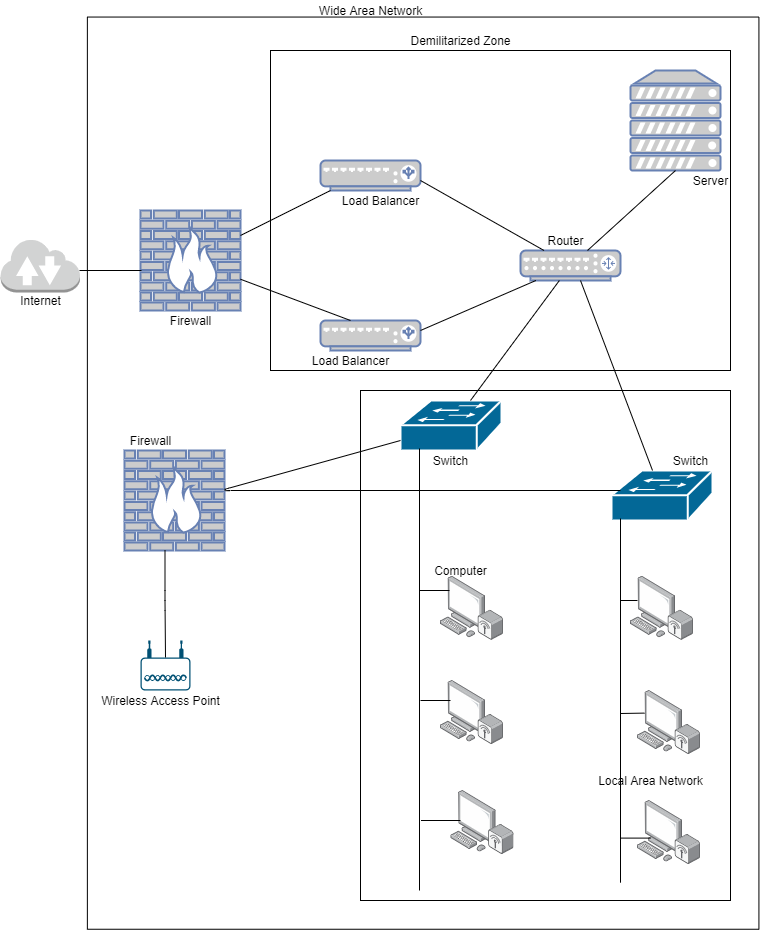
Above: diagrams/Network Diagram.png in senamegregh/CyberSecurity_Project (draw.io), before the change. Source tidied: cells renumbered, new cells last; positions are measured from the earlier drawing's top-left corner, leaving out a move shared by most shapes.
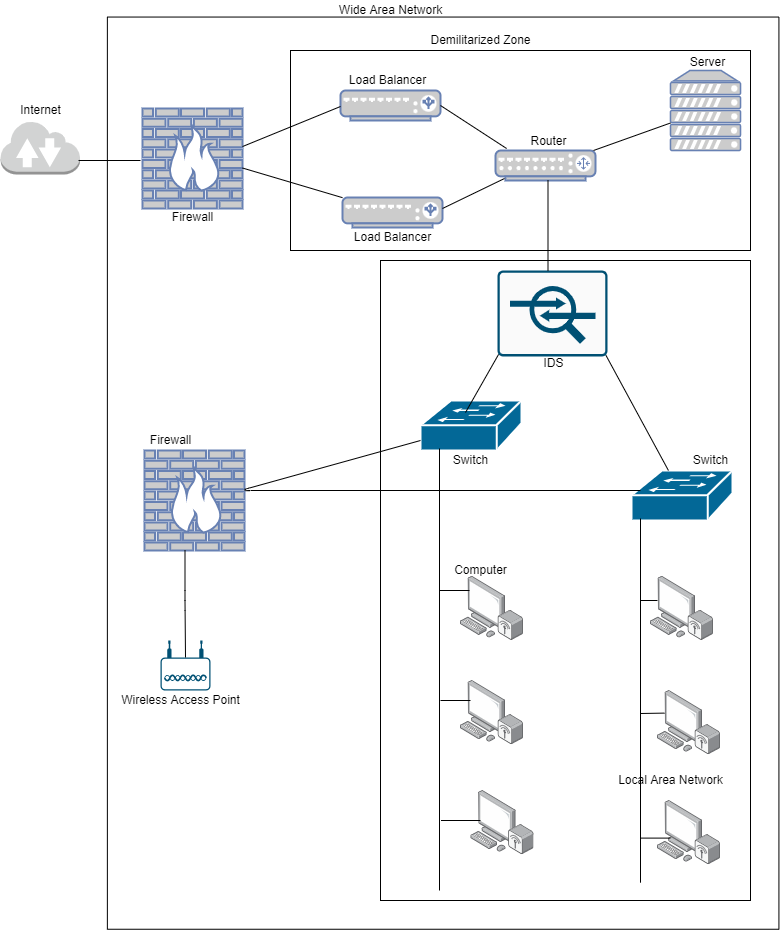
After the commit.

What changed in the source:
```diff
@@ -6,19 +6,19 @@
       <mxGeometry x="-0.5" y="136.9" width="912.2" height="671.5" as="geometry" />
     </mxCell>
     <mxCell id="3" style="rounded=0;whiteSpace=wrap;html=1;" parent="1" vertex="1">
-      <mxGeometry x="393" y="390" width="370" height="510" as="geometry" />
+      <mxGeometry x="393" y="260" width="370" height="640" as="geometry" />
     </mxCell>
     <mxCell id="4" style="rounded=0;whiteSpace=wrap;html=1;" parent="1" vertex="1">
-      <mxGeometry x="303" y="50" width="460" height="320" as="geometry" />
+      <mxGeometry x="303" y="50" width="460" height="200" as="geometry" />
     </mxCell>
     <mxCell id="5" style="dashed=0;verticalLabelPosition=bottom;verticalAlign=top;align=center;html=1;shape=mxgraph.aws3.internet_2;fillColor=#D2D3D3;gradientColor=none;" parent="1" vertex="1">
-      <mxGeometry x="33" y="238" width="79.5" height="54" as="geometry" />
+      <mxGeometry x="13" y="120" width="79.5" height="54" as="geometry" />
     </mxCell>
     <mxCell id="6" style="fontColor=#0066CC;verticalAlign=top;verticalLabelPosition=bottom;labelPosition=center;align=center;html=1;outlineConnect=0;fillColor=#CCCCCC;strokeColor=#6881B3;gradientColor=none;gradientDirection=north;strokeWidth=2;shape=mxgraph.networks.firewall;" parent="1" vertex="1">
-      <mxGeometry x="173" y="210" width="100" height="100" as="geometry" />
+      <mxGeometry x="155" y="108" width="100" height="100" as="geometry" />
     </mxCell>
     <mxCell id="7" style="fontColor=#0066CC;verticalAlign=top;verticalLabelPosition=bottom;labelPosition=center;align=center;html=1;outlineConnect=0;fillColor=#CCCCCC;strokeColor=#6881B3;gradientColor=none;gradientDirection=north;strokeWidth=2;shape=mxgraph.networks.server;" parent="1" vertex="1">
-      <mxGeometry x="663" y="70" width="90" height="100" as="geometry" />
+      <mxGeometry x="683" y="70" width="70" height="80" as="geometry" />
     </mxCell>
     <mxCell id="8" style="html=1;align=center;shadow=0;dashed=0;image;image=img/lib/allied_telesis/computer_and_terminals/Personal_Computer_Wireless.svg;" parent="1" vertex="1">
       <mxGeometry x="473" y="575.8" width="63" height="64.2" as="geometry" />
@@ -39,13 +39,13 @@
       <mxGeometry x="483.5" y="790" width="63" height="64.2" as="geometry" />
     </mxCell>
     <mxCell id="14" style="fontColor=#0066CC;verticalAlign=top;verticalLabelPosition=bottom;labelPosition=center;align=center;html=1;outlineConnect=0;fillColor=#CCCCCC;strokeColor=#6881B3;gradientColor=none;gradientDirection=north;strokeWidth=2;shape=mxgraph.networks.load_balancer;" parent="1" vertex="1">
-      <mxGeometry x="353" y="160" width="100" height="30" as="geometry" />
+      <mxGeometry x="353" y="90" width="100" height="30" as="geometry" />
     </mxCell>
     <mxCell id="15" style="fontColor=#0066CC;verticalAlign=top;verticalLabelPosition=bottom;labelPosition=center;align=center;html=1;outlineConnect=0;fillColor=#CCCCCC;strokeColor=#6881B3;gradientColor=none;gradientDirection=north;strokeWidth=2;shape=mxgraph.networks.load_balancer;" parent="1" vertex="1">
-      <mxGeometry x="353" y="320" width="100" height="30" as="geometry" />
+      <mxGeometry x="355" y="197" width="100" height="30" as="geometry" />
     </mxCell>
     <mxCell id="16" style="fontColor=#0066CC;verticalAlign=top;verticalLabelPosition=bottom;labelPosition=center;align=center;html=1;outlineConnect=0;fillColor=#CCCCCC;strokeColor=#6881B3;gradientColor=none;gradientDirection=north;strokeWidth=2;shape=mxgraph.networks.router;" parent="1" vertex="1">
-      <mxGeometry x="553" y="250" width="100" height="30" as="geometry" />
+      <mxGeometry x="508" y="150" width="100" height="30" as="geometry" />
     </mxCell>
     <mxCell id="17" style="shape=mxgraph.cisco.switches.workgroup_switch;html=1;dashed=0;fillColor=#036897;strokeColor=#ffffff;strokeWidth=2;verticalLabelPosition=bottom;verticalAlign=top;align=center;outlineConnect=0;" parent="1" vertex="1">
       <mxGeometry x="644" y="470" width="101" height="50" as="geometry" />
@@ -61,31 +61,35 @@
     </mxCell>
     <mxCell id="21" style="endArrow=none;html=1;" parent="1" edge="1">
       <mxGeometry relative="1" as="geometry">
-        <mxPoint x="112" y="270" as="sourcePoint" />
-        <mxPoint x="174" y="270" as="targetPoint" />
+        <mxPoint x="91" y="160" as="sourcePoint" />
+        <mxPoint x="153" y="160" as="targetPoint" />
       </mxGeometry>
     </mxCell>
-    <mxCell id="22" style="endArrow=none;html=1;entryX=0.1;entryY=1;entryDx=0;entryDy=0;entryPerimeter=0;" parent="1" edge="1" source="6" target="14">
-      <mxGeometry relative="1" as="geometry" />
+    <mxCell id="22" style="endArrow=none;html=1;entryX=0;entryY=0.5;entryDx=0;entryDy=0;entryPerimeter=0;" parent="1" edge="1">
+      <mxGeometry relative="1" as="geometry">
+        <mxPoint x="255" y="146.1" as="sourcePoint" />
+        <mxPoint x="353" y="106" as="targetPoint" />
+      </mxGeometry>
     </mxCell>
-    <mxCell id="23" style="endArrow=none;html=1;" parent="1" edge="1" source="6">
+    <mxCell id="23" style="endArrow=none;html=1;" parent="1" edge="1" target="15">
       <mxGeometry relative="1" as="geometry">
-        <mxPoint x="383" y="320" as="targetPoint" />
+        <mxPoint x="255" y="167.5" as="sourcePoint" />
       </mxGeometry>
     </mxCell>
-    <mxCell id="24" style="endArrow=none;html=1;" parent="1" edge="1" target="16">
+    <mxCell id="24" style="endArrow=none;html=1;entryX=1;entryY=0.5;entryDx=0;entryDy=0;entryPerimeter=0;" parent="1" edge="1" target="14">
       <mxGeometry relative="1" as="geometry">
-        <mxPoint x="453" y="180" as="sourcePoint" />
+        <mxPoint x="519.1" y="148" as="sourcePoint" />
       </mxGeometry>
     </mxCell>
-    <mxCell id="25" style="endArrow=none;html=1;" parent="1" edge="1" target="16">
+    <mxCell id="25" style="endArrow=none;html=1;entryX=0;entryY=0.5;entryDx=0;entryDy=0;entryPerimeter=0;" parent="1" edge="1">
       <mxGeometry relative="1" as="geometry">
-        <mxPoint x="453" y="330" as="sourcePoint" />
+        <mxPoint x="455" y="208" as="sourcePoint" />
+        <mxPoint x="517" y="178" as="targetPoint" />
       </mxGeometry>
     </mxCell>
-    <mxCell id="26" style="endArrow=none;html=1;entryX=0.5;entryY=1;entryDx=0;entryDy=0;entryPerimeter=0;" parent="1" edge="1" target="7">
+    <mxCell id="26" style="endArrow=none;html=1;entryX=0.5;entryY=1;entryDx=0;entryDy=0;entryPerimeter=0;" parent="1" edge="1" source="7">
       <mxGeometry relative="1" as="geometry">
-        <mxPoint x="620" y="250" as="sourcePoint" />
+        <mxPoint x="606" y="150" as="targetPoint" />
       </mxGeometry>
     </mxCell>
     <mxCell id="27" style="endArrow=none;html=1;exitX=0.089;exitY=0.4;exitDx=0;exitDy=0;exitPerimeter=0;" parent="1" edge="1" source="17">
@@ -96,15 +100,14 @@
         </Array>
       </mxGeometry>
     </mxCell>
-    <mxCell id="28" style="endArrow=none;html=1;" parent="1" edge="1" target="16">
+    <mxCell id="28" style="endArrow=none;html=1;entryX=0.432;entryY=0.082;entryDx=0;entryDy=0;entryPerimeter=0;" parent="1" edge="1">
       <mxGeometry relative="1" as="geometry">
-        <mxPoint x="503" y="400" as="sourcePoint" />
+        <mxPoint x="478" y="412" as="sourcePoint" />
+        <mxPoint x="527.8" y="324.5" as="targetPoint" />
       </mxGeometry>
     </mxCell>
-    <mxCell id="29" style="endArrow=none;html=1;" parent="1" edge="1" source="17">
-      <mxGeometry relative="1" as="geometry">
-        <mxPoint x="613" y="280" as="targetPoint" />
-      </mxGeometry>
+    <mxCell id="29" style="endArrow=none;html=1;entryX=0.985;entryY=0.985;entryDx=0;entryDy=0;entryPerimeter=0;" parent="1" edge="1" source="17" target="53">
+      <mxGeometry relative="1" as="geometry" />
     </mxCell>
     <mxCell id="30" style="endArrow=none;html=1;" parent="1" edge="1">
       <mxGeometry relative="1" as="geometry">
@@ -163,22 +166,22 @@
       </mxGeometry>
     </mxCell>
     <mxCell id="39" value="Internet" style="text;html=1;align=center;verticalAlign=middle;strokeColor=none;" parent="1" vertex="1">
-      <mxGeometry x="43" y="290" width="60" height="20" as="geometry" />
+      <mxGeometry x="22.8" y="100" width="60" height="20" as="geometry" />
     </mxCell>
     <mxCell id="40" value="Firewall" style="text;html=1;align=center;verticalAlign=middle;strokeColor=none;" parent="1" vertex="1">
-      <mxGeometry x="193" y="310" width="60" height="20" as="geometry" />
+      <mxGeometry x="175" y="207" width="60" height="20" as="geometry" />
     </mxCell>
     <mxCell id="41" value="Load Balancer" style="text;html=1;align=center;verticalAlign=middle;strokeColor=none;" parent="1" vertex="1">
-      <mxGeometry x="368" y="190" width="90" height="20" as="geometry" />
+      <mxGeometry x="355" y="70" width="90" height="20" as="geometry" />
     </mxCell>
     <mxCell id="42" value="Load Balancer" style="text;html=1;align=center;verticalAlign=middle;strokeColor=none;" parent="1" vertex="1">
-      <mxGeometry x="338" y="350" width="90" height="20" as="geometry" />
+      <mxGeometry x="360" y="227" width="90" height="20" as="geometry" />
     </mxCell>
     <mxCell id="43" value="Router" style="text;html=1;align=center;verticalAlign=middle;strokeColor=none;" parent="1" vertex="1">
-      <mxGeometry x="573" y="230" width="50" height="20" as="geometry" />
+      <mxGeometry x="536" y="131" width="50" height="20" as="geometry" />
     </mxCell>
     <mxCell id="44" value="Server" style="text;html=1;align=center;verticalAlign=middle;strokeColor=none;" parent="1" vertex="1">
-      <mxGeometry x="718" y="170" width="50" height="20" as="geometry" />
+      <mxGeometry x="695" y="52" width="50" height="20" as="geometry" />
     </mxCell>
     <mxCell id="45" value="Firewall" style="text;html=1;align=center;verticalAlign=middle;strokeColor=none;" parent="1" vertex="1">
       <mxGeometry x="153" y="430" width="60" height="20" as="geometry" />
@@ -204,5 +207,17 @@
     <mxCell id="52" value="Local Area Network" style="text;html=1;align=center;verticalAlign=middle;strokeColor=none;" parent="1" vertex="1">
       <mxGeometry x="623" y="770" width="120" height="20" as="geometry" />
     </mxCell>
+    <mxCell id="53" style="sketch=0;points=[[0.015,0.015,0],[0.985,0.015,0],[0.985,0.985,0],[0.015,0.985,0],[0.25,0,0],[0.5,0,0],[0.75,0,0],[1,0.25,0],[1,0.5,0],[1,0.75,0],[0.75,1,0],[0.5,1,0],[0.25,1,0],[0,0.75,0],[0,0.5,0],[0,0.25,0]];verticalLabelPosition=bottom;html=1;verticalAlign=top;align=center;shape=mxgraph.cisco19.rect;prIcon=ips_ids;fillColor=#FAFAFA;strokeColor=#005073;" parent="1" vertex="1">
+      <mxGeometry x="510" y="270" width="110" height="85.9" as="geometry" />
+    </mxCell>
+    <mxCell id="54" style="endArrow=none;html=1;rounded=0;" parent="1" edge="1">
+      <mxGeometry relative="1" as="geometry">
+        <mxPoint x="560.5" y="270" as="sourcePoint" />
+        <mxPoint x="560.5" y="180" as="targetPoint" />
+      </mxGeometry>
+    </mxCell>
+    <mxCell id="55" value="IDS" style="text;html=1;align=center;verticalAlign=middle;strokeColor=none;" parent="1" vertex="1">
+      <mxGeometry x="545.5" y="353" width="40" height="20" as="geometry" />
+    </mxCell>
   </root>
 </mxGraphModel>
```
